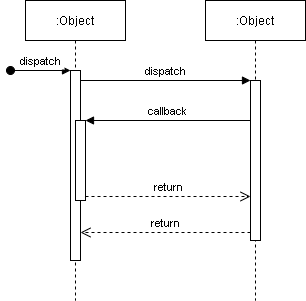
The draw.io diagram cgopro关键业务.drawio.png in xktder/draw, before a commit. Source tidied: cells renumbered, new cells last; positions are measured from the earlier drawing's top-left corner, leaving out a move shared by most shapes. Source of this version:
```xml
<mxGraphModel>
  <root>
    <mxCell id="0" />
    <mxCell id="1" parent="0" />
    <mxCell id="2" value=":Object" style="shape=umlLifeline;perimeter=lifelinePerimeter;rounded=0;shadow=0;strokeWidth=1;" parent="1" vertex="1">
      <mxGeometry x="15" width="100" height="300" as="geometry" />
    </mxCell>
    <mxCell id="3" style="points=[];perimeter=orthogonalPerimeter;rounded=0;shadow=0;strokeWidth=1;" parent="2" vertex="1">
      <mxGeometry x="45" y="70" width="10" height="190" as="geometry" />
    </mxCell>
    <mxCell id="4" value="dispatch" style="verticalAlign=bottom;startArrow=oval;endArrow=block;startSize=8;shadow=0;strokeWidth=1;" parent="2" edge="1" target="3">
      <mxGeometry relative="1" as="geometry">
        <mxPoint x="-15" y="70" as="sourcePoint" />
      </mxGeometry>
    </mxCell>
    <mxCell id="5" style="points=[];perimeter=orthogonalPerimeter;rounded=0;shadow=0;strokeWidth=1;" parent="2" vertex="1">
      <mxGeometry x="50" y="120" width="10" height="80" as="geometry" />
    </mxCell>
    <mxCell id="6" value=":Object" style="shape=umlLifeline;perimeter=lifelinePerimeter;rounded=0;shadow=0;strokeWidth=1;" parent="1" vertex="1">
      <mxGeometry x="195" width="100" height="300" as="geometry" />
    </mxCell>
    <mxCell id="7" style="points=[];perimeter=orthogonalPerimeter;rounded=0;shadow=0;strokeWidth=1;" parent="6" vertex="1">
      <mxGeometry x="45" y="80" width="10" height="160" as="geometry" />
    </mxCell>
    <mxCell id="8" value="return" style="verticalAlign=bottom;endArrow=open;dashed=1;endSize=8;exitX=0;exitY=0.95;shadow=0;strokeWidth=1;" parent="1" edge="1" source="7" target="3">
      <mxGeometry relative="1" as="geometry" />
    </mxCell>
    <mxCell id="9" value="dispatch" style="verticalAlign=bottom;endArrow=block;entryX=0;entryY=0;shadow=0;strokeWidth=1;" parent="1" edge="1" source="3" target="7">
      <mxGeometry relative="1" as="geometry" />
    </mxCell>
    <mxCell id="10" value="callback" style="verticalAlign=bottom;endArrow=block;entryX=1;entryY=0;shadow=0;strokeWidth=1;" parent="1" edge="1" source="7" target="5">
      <mxGeometry relative="1" as="geometry" />
    </mxCell>
    <mxCell id="11" value="return" style="verticalAlign=bottom;endArrow=open;dashed=1;endSize=8;exitX=1;exitY=0.95;shadow=0;strokeWidth=1;" parent="1" edge="1" source="5" target="7">
      <mxGeometry relative="1" as="geometry" />
    </mxCell>
  </root>
</mxGraphModel>
```
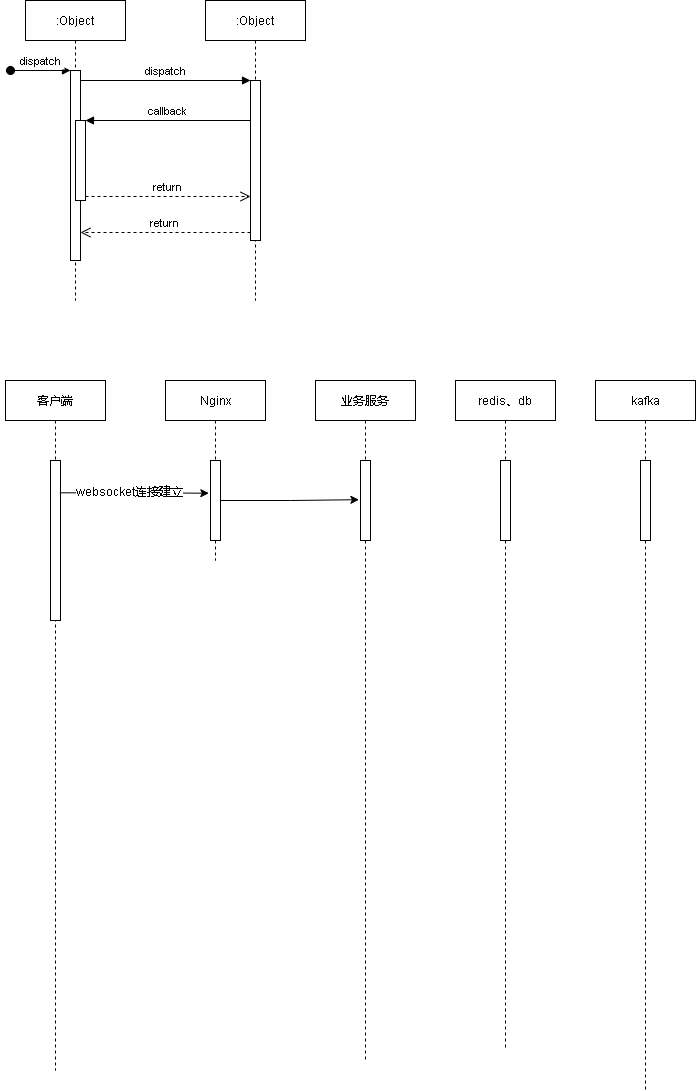
The same file after the commit.

Commit message:
更新cgopro关键业务.drawio.png

What changed in the source:
```diff
@@ -34,5 +34,44 @@
     <mxCell id="11" value="return" style="verticalAlign=bottom;endArrow=open;dashed=1;endSize=8;exitX=1;exitY=0.95;shadow=0;strokeWidth=1;" parent="1" edge="1" source="5" target="7">
       <mxGeometry relative="1" as="geometry" />
     </mxCell>
+    <mxCell id="12" value="客户端" style="shape=umlLifeline;perimeter=lifelinePerimeter;rounded=0;shadow=0;strokeWidth=1;" parent="1" vertex="1">
+      <mxGeometry x="-5" y="380" width="100" height="690" as="geometry" />
+    </mxCell>
+    <mxCell id="13" style="points=[];perimeter=orthogonalPerimeter;rounded=0;shadow=0;strokeWidth=1;" parent="12" vertex="1">
+      <mxGeometry x="45" y="80" width="10" height="160" as="geometry" />
+    </mxCell>
+    <mxCell id="14" value="Nginx" style="shape=umlLifeline;perimeter=lifelinePerimeter;rounded=0;shadow=0;strokeWidth=1;" parent="1" vertex="1">
+      <mxGeometry x="155" y="380" width="100" height="180" as="geometry" />
+    </mxCell>
+    <mxCell id="15" style="points=[];perimeter=orthogonalPerimeter;rounded=0;shadow=0;strokeWidth=1;" parent="14" vertex="1">
+      <mxGeometry x="45" y="80" width="10" height="80" as="geometry" />
+    </mxCell>
+    <mxCell id="16" value="业务服务" style="shape=umlLifeline;perimeter=lifelinePerimeter;rounded=0;shadow=0;strokeWidth=1;" parent="1" vertex="1">
+      <mxGeometry x="305" y="380" width="100" height="680" as="geometry" />
+    </mxCell>
+    <mxCell id="17" style="points=[];perimeter=orthogonalPerimeter;rounded=0;shadow=0;strokeWidth=1;" parent="16" vertex="1">
+      <mxGeometry x="45" y="80" width="10" height="80" as="geometry" />
+    </mxCell>
+    <mxCell id="18" value="redis、db" style="shape=umlLifeline;perimeter=lifelinePerimeter;rounded=0;shadow=0;strokeWidth=1;" parent="1" vertex="1">
+      <mxGeometry x="445" y="380" width="100" height="670" as="geometry" />
+    </mxCell>
+    <mxCell id="19" style="perimeter=orthogonalPerimeter;rounded=0;shadow=0;strokeWidth=1;" parent="18" vertex="1">
+      <mxGeometry x="45" y="80" width="10" height="80" as="geometry" />
+    </mxCell>
+    <mxCell id="20" value="kafka" style="shape=umlLifeline;perimeter=lifelinePerimeter;rounded=0;shadow=0;strokeWidth=1;" parent="1" vertex="1">
+      <mxGeometry x="585" y="380" width="100" height="710" as="geometry" />
+    </mxCell>
+    <mxCell id="21" style="perimeter=orthogonalPerimeter;rounded=0;shadow=0;strokeWidth=1;" parent="20" vertex="1">
+      <mxGeometry x="45" y="80" width="10" height="80" as="geometry" />
+    </mxCell>
+    <mxCell id="22" style="edgeStyle=orthogonalEdgeStyle;rounded=0;jettySize=auto;html=1;entryX=-0.167;entryY=0.409;entryDx=0;entryDy=0;entryPerimeter=0;exitX=0.938;exitY=0.202;exitDx=0;exitDy=0;exitPerimeter=0;" parent="1" edge="1" source="13" target="15">
+      <mxGeometry relative="1" as="geometry" />
+    </mxCell>
+    <mxCell id="23" value="websocket连接建立" style="edgeLabel;html=1;align=center;verticalAlign=middle;" parent="22" vertex="1">
+      <mxGeometry x="-0.07" y="1" relative="1" as="geometry" />
+    </mxCell>
+    <mxCell id="24" style="edgeStyle=orthogonalEdgeStyle;rounded=0;jettySize=auto;html=1;entryX=-0.157;entryY=0.49;entryDx=0;entryDy=0;entryPerimeter=0;" parent="1" edge="1" source="15" target="17">
+      <mxGeometry relative="1" as="geometry" />
+    </mxCell>
   </root>
 </mxGraphModel>
```
